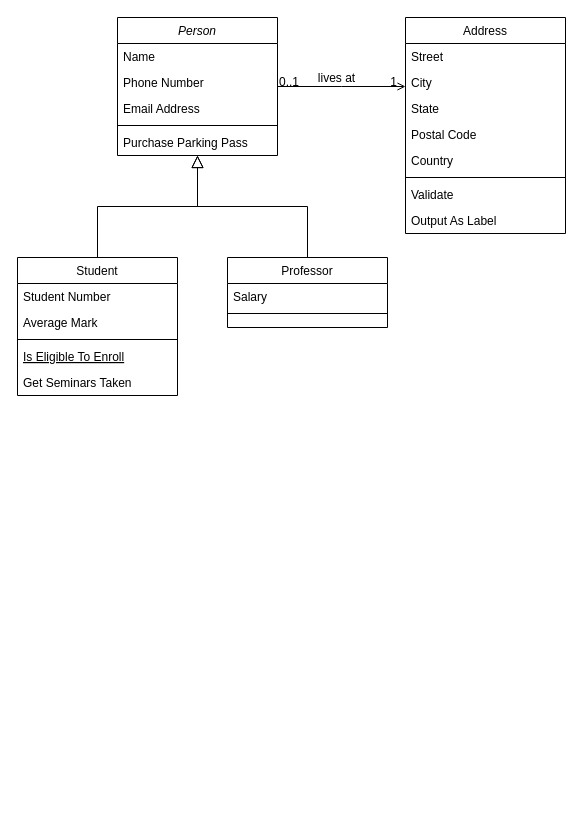
lints123/draw_project keeps this draw.io diagram as 推广平台模式.drawio. Above is the earlier version. Source tidied: cells renumbered, new cells numbered last; positions are measured from the earlier drawing's top-left corner, leaving out a move shared by most shapes. Both pictures are drawn from the tidied source at 100%, with x=0, y=0 at pixel (17, 17).
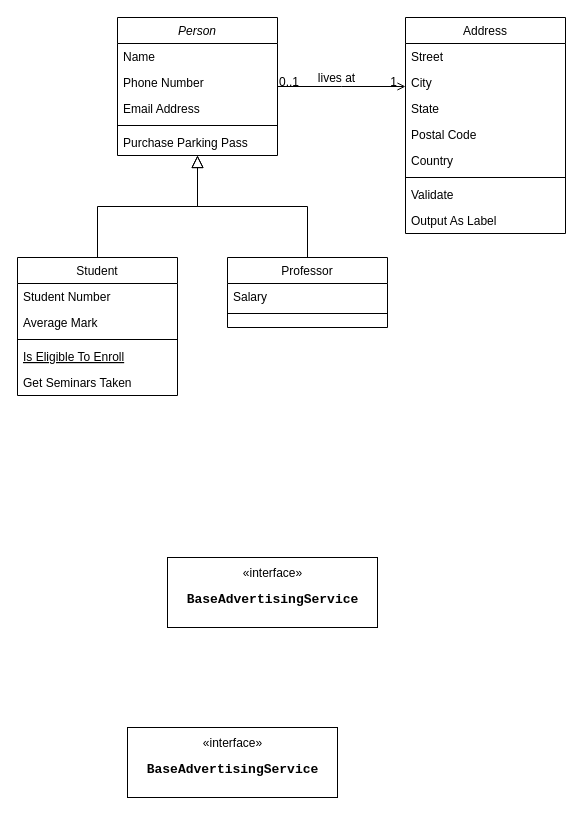
After the change.

Commit message:
更新推广平台模式.drawio

Change to the diagram source:
```diff
@@
+    <mxCell id="32" value="«interface»&lt;br&gt;&lt;pre style=&quot;&quot;&gt;&lt;b&gt;&lt;font style=&quot;font-size: 13px;&quot;&gt;BaseAdvertisingService&lt;/font&gt;&lt;/b&gt;&lt;/pre&gt;" style="html=1;" parent="1" vertex="1">
+      <mxGeometry x="110" y="710" width="210" height="70" as="geometry" />
+    </mxCell>
+    <mxCell id="33" value="«interface»&lt;br&gt;&lt;pre style=&quot;&quot;&gt;&lt;b&gt;&lt;font style=&quot;font-size: 13px;&quot;&gt;BaseAdvertisingService&lt;/font&gt;&lt;/b&gt;&lt;/pre&gt;" style="html=1;" parent="1" vertex="1">
+      <mxGeometry x="150" y="540" width="210" height="70" as="geometry" />
+    </mxCell>
```
